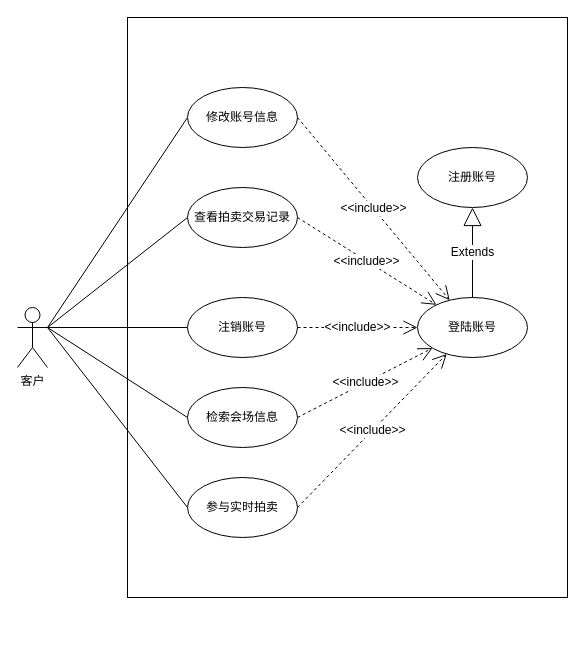
xinghyfish/auction keeps this draw.io diagram as docs/用例视图/源文件/customer.drawio. Above is the earlier version. Source tidied: cells renumbered, new cells numbered last; positions are measured from the earlier drawing's top-left corner, leaving out a move shared by most shapes. Both pictures are drawn from the tidied source at 100%, with x=0, y=0 at pixel (17, 17).
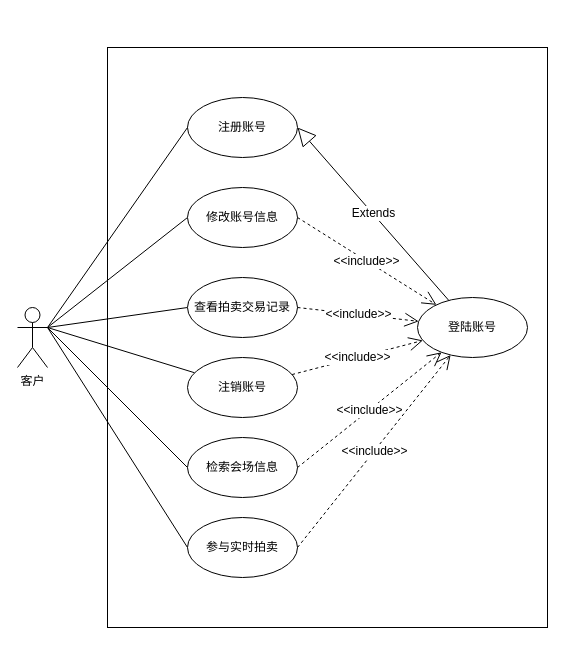
The same page after the edit.

The change refers to these unchanged cells:
```xml
<mxCell id="11" value="登陆账号" style="ellipse;whiteSpace=wrap;html=1;" parent="1" vertex="1">
  <mxGeometry x="400" y="280" width="110" height="60" as="geometry" />
</mxCell>
```

The edit, as a diff of the source:
```diff
@@
     <mxCell id="2" style="rounded=0;whiteSpace=wrap;html=1;" parent="1" vertex="1">
-      <mxGeometry x="110" width="440" height="580" as="geometry" />
+      <mxGeometry x="90" y="30" width="440" height="580" as="geometry" />
     </mxCell>
@@
     <mxCell id="9" value="修改账号信息" style="ellipse;whiteSpace=wrap;html=1;" parent="1" vertex="1">
-      <mxGeometry x="170" y="70" width="110" height="60" as="geometry" />
+      <mxGeometry x="170" y="170" width="110" height="60" as="geometry" />
     </mxCell>
     <mxCell id="10" value="查看拍卖交易记录" style="ellipse;whiteSpace=wrap;html=1;" parent="1" vertex="1">
-      <mxGeometry x="170" y="170" width="110" height="60" as="geometry" />
+      <mxGeometry x="170" y="260" width="110" height="60" as="geometry" />
     </mxCell>
@@
     <mxCell id="14" value="注销账号" style="ellipse;whiteSpace=wrap;html=1;" parent="1" vertex="1">
-      <mxGeometry x="170" y="280" width="110" height="60" as="geometry" />
+      <mxGeometry x="170" y="340" width="110" height="60" as="geometry" />
     </mxCell>
@@
     <mxCell id="16" value="检索会场信息" style="ellipse;whiteSpace=wrap;html=1;" parent="1" vertex="1">
-      <mxGeometry x="170" y="370" width="110" height="60" as="geometry" />
+      <mxGeometry x="170" y="420" width="110" height="60" as="geometry" />
     </mxCell>
     <mxCell id="17" value="参与实时拍卖" style="ellipse;whiteSpace=wrap;html=1;" parent="1" vertex="1">
-      <mxGeometry x="170" y="460" width="110" height="60" as="geometry" />
+      <mxGeometry x="170" y="500" width="110" height="60" as="geometry" />
     </mxCell>
@@
     <mxCell id="20" value="注册账号" style="ellipse;whiteSpace=wrap;html=1;" parent="1" vertex="1">
-      <mxGeometry x="400" y="130" width="110" height="60" as="geometry" />
+      <mxGeometry x="170" y="80" width="110" height="60" as="geometry" />
     </mxCell>
-    <mxCell id="21" value="Extends" style="endArrow=block;endSize=16;endFill=0;html=1;rounded=0;fontSize=12;" parent="1" edge="1" source="11" target="20">
+    <mxCell id="21" value="Extends" style="endArrow=block;endSize=16;endFill=0;html=1;rounded=0;fontSize=12;entryX=1;entryY=0.5;entryDx=0;entryDy=0;" parent="1" edge="1" source="11" target="20">
       <mxGeometry relative="1" as="geometry" />
     </mxCell>
+    <mxCell id="22" style="edgeStyle=none;rounded=0;jettySize=auto;html=1;fontSize=12;endArrow=none;endFill=0;endSize=10;entryX=0;entryY=0.5;entryDx=0;entryDy=0;" parent="1" edge="1" target="20">
+      <mxGeometry relative="1" as="geometry">
+        <mxPoint x="30" y="310" as="sourcePoint" />
+      </mxGeometry>
+    </mxCell>
```
